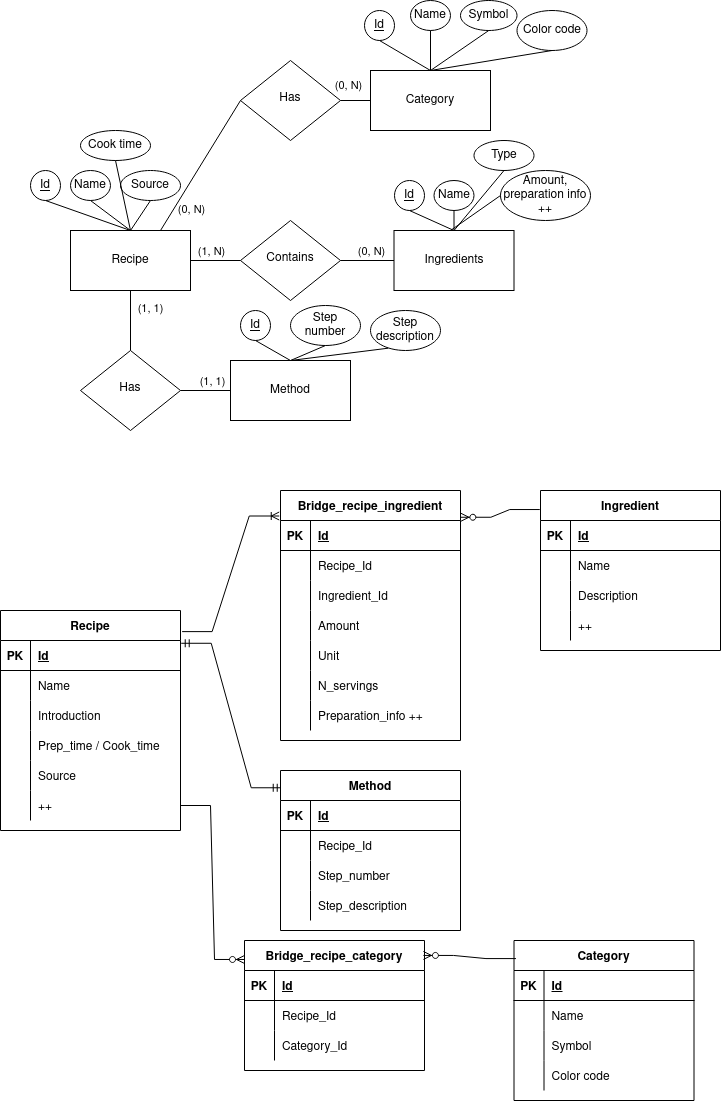
Earlier version of the draw.io export img/model_recipes.png (oysteinbf/recipe-db). Source tidied: cells renumbered, new cells last; positions are measured from the earlier drawing's top-left corner, leaving out a move shared by most shapes.
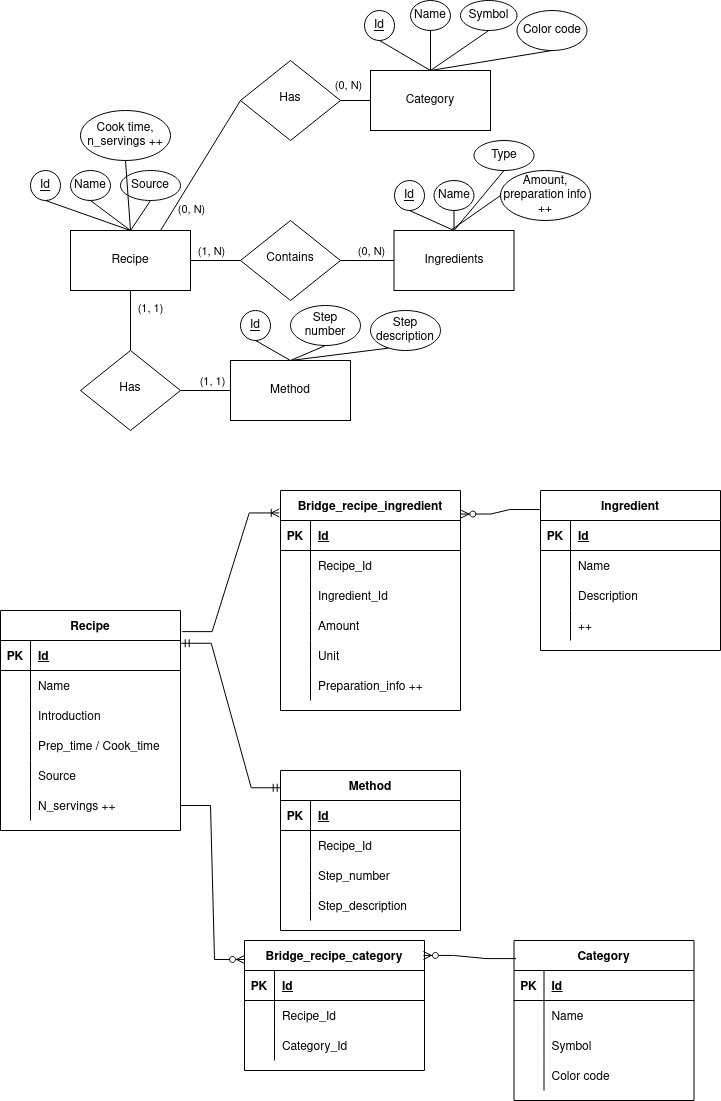
The same file after the commit.

What changed in the source:
```diff
@@ -139,7 +139,7 @@
     <mxCell id="44" style="shape=partialRectangle;fillColor=none;top=0;left=0;bottom=0;right=0;overflow=hidden;" parent="43" vertex="1">
       <mxGeometry width="30" height="30" as="geometry" />
     </mxCell>
-    <mxCell id="45" value="++" style="shape=partialRectangle;fillColor=none;top=0;left=0;bottom=0;right=0;align=left;spacingLeft=6;overflow=hidden;" parent="43" vertex="1">
+    <mxCell id="45" value="N_servings ++" style="shape=partialRectangle;fillColor=none;top=0;left=0;bottom=0;right=0;align=left;spacingLeft=6;overflow=hidden;" parent="43" vertex="1">
       <mxGeometry x="30" width="150" height="30" as="geometry" />
     </mxCell>
     <mxCell id="46" value="&lt;u&gt;Id&lt;/u&gt;" style="ellipse;whiteSpace=wrap;html=1;" parent="1" vertex="1">
@@ -161,7 +161,7 @@
       <mxGeometry relative="1" as="geometry" />
     </mxCell>
     <mxCell id="52" value="Bridge_recipe_ingredient" style="shape=table;startSize=30;rowLines=0;fontStyle=1;align=center;" parent="1" vertex="1">
-      <mxGeometry x="280" y="490" width="180" height="250" as="geometry" />
+      <mxGeometry x="280" y="490" width="180" height="220" as="geometry" />
     </mxCell>
     <mxCell id="53" style="shape=tableRow;horizontal=0;startSize=0;swimlaneHead=0;swimlaneBody=0;fillColor=none;top=0;left=0;right=0;bottom=1;" parent="52" vertex="1">
       <mxGeometry y="30" width="180" height="30" as="geometry" />
@@ -208,17 +208,8 @@
     <mxCell id="67" value="Unit" style="shape=partialRectangle;fillColor=none;top=0;left=0;bottom=0;right=0;align=left;spacingLeft=6;overflow=hidden;" parent="65" vertex="1">
       <mxGeometry x="30" width="150" height="30" as="geometry" />
     </mxCell>
-    <mxCell id="68" style="shape=tableRow;horizontal=0;startSize=0;swimlaneHead=0;swimlaneBody=0;fillColor=none;top=0;left=0;right=0;bottom=0;" parent="52" vertex="1">
-      <mxGeometry y="180" width="180" height="30" as="geometry" />
-    </mxCell>
-    <mxCell id="69" style="shape=partialRectangle;fillColor=none;top=0;left=0;bottom=0;right=0;overflow=hidden;" parent="68" vertex="1">
-      <mxGeometry width="30" height="30" as="geometry" />
-    </mxCell>
-    <mxCell id="70" value="N_servings" style="shape=partialRectangle;fillColor=none;top=0;left=0;bottom=0;right=0;align=left;spacingLeft=6;overflow=hidden;" parent="68" vertex="1">
-      <mxGeometry x="30" width="150" height="30" as="geometry" />
-    </mxCell>
     <mxCell id="71" style="shape=tableRow;horizontal=0;startSize=0;swimlaneHead=0;swimlaneBody=0;fillColor=none;top=0;left=0;right=0;bottom=0;" parent="52" vertex="1">
-      <mxGeometry y="210" width="180" height="30" as="geometry" />
+      <mxGeometry y="180" width="180" height="30" as="geometry" />
     </mxCell>
     <mxCell id="72" style="shape=partialRectangle;fillColor=none;top=0;left=0;bottom=0;right=0;overflow=hidden;" parent="71" vertex="1">
       <mxGeometry width="30" height="30" as="geometry" />
@@ -226,8 +217,8 @@
     <mxCell id="73" value="Preparation_info ++" style="shape=partialRectangle;fillColor=none;top=0;left=0;bottom=0;right=0;align=left;spacingLeft=6;overflow=hidden;" parent="71" vertex="1">
       <mxGeometry x="30" width="150" height="30" as="geometry" />
     </mxCell>
-    <mxCell id="74" value="Cook time" style="ellipse;whiteSpace=wrap;html=1;" parent="1" vertex="1">
-      <mxGeometry x="80" y="130" width="70" height="30" as="geometry" />
+    <mxCell id="74" value="Cook time, n_servings ++" style="ellipse;whiteSpace=wrap;html=1;" parent="1" vertex="1">
+      <mxGeometry x="80" y="110" width="90" height="50" as="geometry" />
     </mxCell>
     <mxCell id="75" style="endArrow=none;html=1;rounded=0;entryX=0.5;entryY=1;entryDx=0;entryDy=0;" parent="1" edge="1" target="74">
       <mxGeometry relative="1" as="geometry">
```
